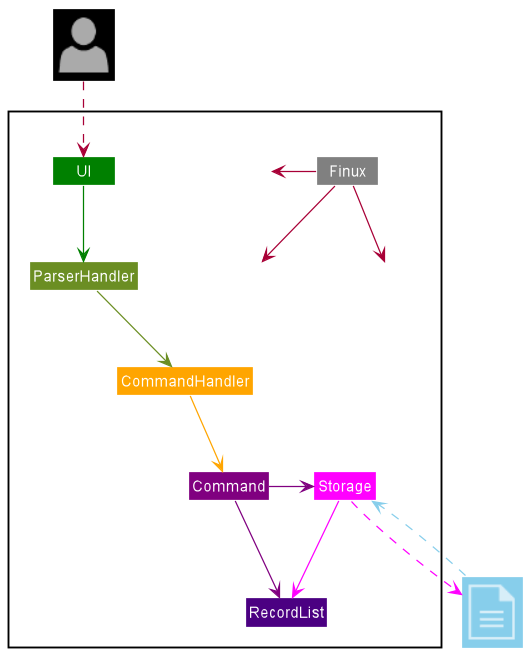
This is docs/img/ArchitectureDiagram.png from nus-cs2113-AY2021S2/tp, a PlantUML export, as it was before one commit.
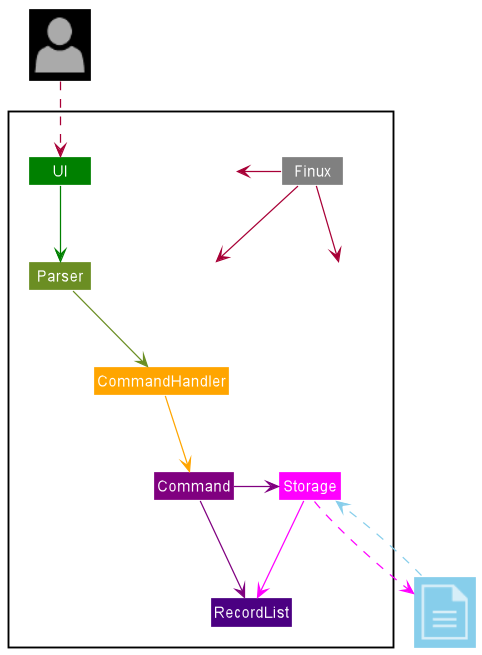
Above is the later version.

Commit message:
Change component name back to Parser

The edit, as a diff of the source:
```diff
@@ -11,7 +11,7 @@
     Class RecordList #indigo
     Class Finux #grey
     Class CommandHandler #orange
-    Class ParserHandler #olivedrab
+    Class Parser #olivedrab
     Class Command #purple
     Class HiddenRecordList #white
     Class HiddenUI #white
@@ -22,8 +22,8 @@
 Class "<$document>" as File #skyblue
 
 User ..> UI
-UI -[#green]-> ParserHandler
-ParserHandler -[#olivedrab]-> CommandHandler
+UI -[#green]-> Parser
+Parser -[#olivedrab]-> CommandHandler
 CommandHandler -[#orange]-> Command
 Command -[#purple]-> RecordList
 Command -right[#purple]-> Storage
```
